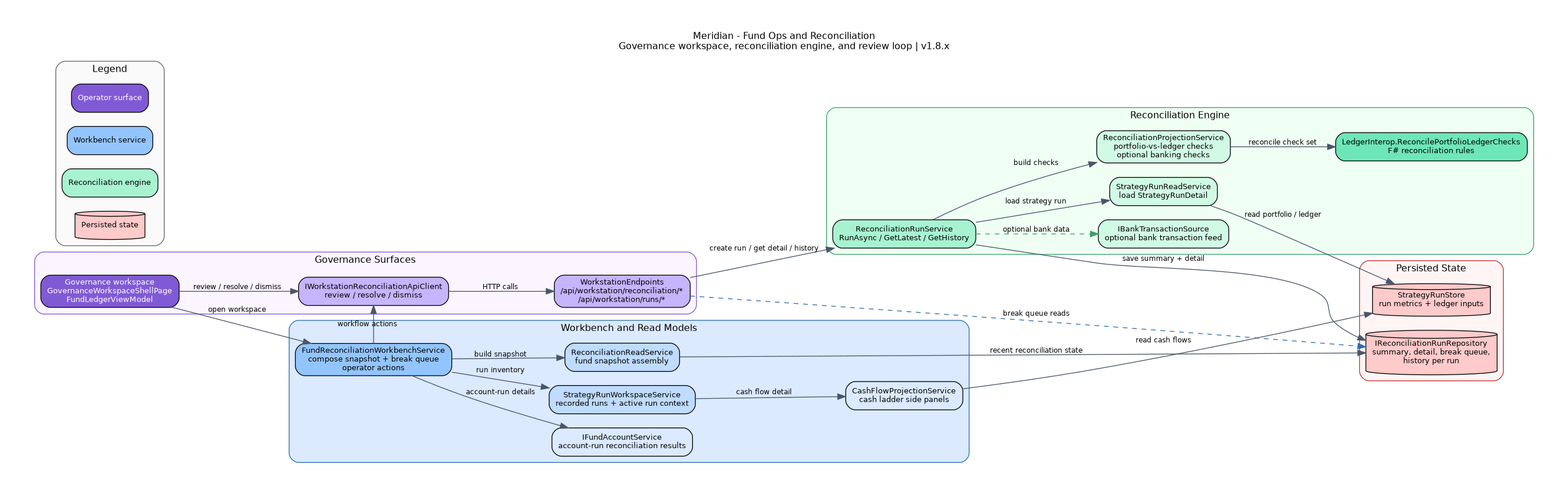
Above: docs/diagrams/workflows/operations/fund-ops-reconciliation.png in rodoHasArrived/Meridian-main (Graphviz), before the change. Its source is kept beside it as docs/diagrams/workflows/operations/fund-ops-reconciliation.dot. Source of this version:
```dot

digraph FundOpsReconciliation {
  rankdir=LR;
  graph [fontname="Helvetica", fontsize=12, bgcolor="white", compound=true, pad=0.5];
  node  [fontname="Helvetica", fontsize=10, shape=box, style="rounded,filled"];
  edge  [fontname="Helvetica", fontsize=9, color="#4a5568"];

  labelloc="t";
  label="Meridian - Fund Ops and Reconciliation\nGovernance workspace, reconciliation engine, and review loop | v1.8.x";

  subgraph cluster_surfaces {
    label="Governance Surfaces";
    color="#805ad5";
    style="rounded";
    bgcolor="#faf5ff";

    GOVERNANCE_UI [fillcolor="#805ad5", fontcolor="white",
                   label="Governance workspace\nGovernanceWorkspaceShellPage\nFundLedgerViewModel"];
    API_CLIENT [fillcolor="#c4b5fd",
                label="IWorkstationReconciliationApiClient\nreview / resolve / dismiss"];
    WORKSTATION_API [fillcolor="#c4b5fd",
                     label="WorkstationEndpoints\n/api/workstation/reconciliation/*\n/api/workstation/runs/*"];
  }

  subgraph cluster_workbench {
    label="Workbench and Read Models";
    color="#2b6cb0";
    style="rounded";
    bgcolor="#dbeafe";

    WORKBENCH [fillcolor="#93c5fd",
               label="FundReconciliationWorkbenchService\ncompose snapshot + break queue\noperator actions"];
    RUN_WORKSPACE [fillcolor="#bfdbfe",
                   label="StrategyRunWorkspaceService\nrecorded runs + active run context"];
    RECON_READ [fillcolor="#bfdbfe",
                label="ReconciliationReadService\nfund snapshot assembly"];
    FUND_ACCOUNT [fillcolor="#dbeafe",
                  label="IFundAccountService\naccount-run reconciliation results"];
    CASH_FLOW [fillcolor="#dbeafe",
               label="CashFlowProjectionService\ncash ladder side panels"];
  }

  subgraph cluster_engine {
    label="Reconciliation Engine";
    color="#38a169";
    style="rounded";
    bgcolor="#f0fff4";

    RUN_SERVICE [fillcolor="#a7f3d0",
                 label="ReconciliationRunService\nRunAsync / GetLatest / GetHistory"];
    RUN_READ [fillcolor="#d1fae5",
              label="StrategyRunReadService\nload StrategyRunDetail"];
    PROJECTION [fillcolor="#d1fae5",
                label="ReconciliationProjectionService\nportfolio-vs-ledger checks\noptional banking checks"];
    FSHARP_ENGINE [fillcolor="#6ee7b7",
                   label="LedgerInterop.ReconcilePortfolioLedgerChecks\nF# reconciliation rules"];
    BANK_SOURCE [fillcolor="#d1fae5",
                 label="IBankTransactionSource\noptional bank transaction feed"];
  }

  subgraph cluster_state {
    label="Persisted State";
    color="#c53030";
    style="rounded";
    bgcolor="#fff5f5";

    RUN_STORE [shape=cylinder, fillcolor="#fecaca",
               label="StrategyRunStore\nrun metrics + ledger inputs"];
    RECON_REPO [shape=cylinder, fillcolor="#fecaca",
                label="IReconciliationRunRepository\nsummary, detail, break queue,\nhistory per run"];
  }

  GOVERNANCE_UI -> WORKBENCH [label="open workspace"];
  GOVERNANCE_UI -> API_CLIENT [label="review / resolve / dismiss"];
  API_CLIENT -> WORKSTATION_API [label="HTTP calls"];

  WORKBENCH -> RECON_READ [label="build snapshot"];
  WORKBENCH -> FUND_ACCOUNT [label="account-run details"];
  WORKBENCH -> RUN_WORKSPACE [label="run inventory"];
  WORKBENCH -> API_CLIENT [label="workflow actions"];
  RUN_WORKSPACE -> CASH_FLOW [label="cash flow detail"];

  WORKSTATION_API -> RUN_SERVICE [label="create run / get detail / history"];
  WORKSTATION_API -> RECON_REPO [style=dashed, color="#2b6cb0",
                                 label="break queue reads"];

  RUN_SERVICE -> RUN_READ [label="load strategy run"];
  RUN_SERVICE -> PROJECTION [label="build checks"];
  RUN_SERVICE -> BANK_SOURCE [style=dashed, color="#38a169",
                              label="optional bank data"];
  PROJECTION -> FSHARP_ENGINE [label="reconcile check set"];
  RUN_SERVICE -> RECON_REPO [label="save summary + detail"];

  RUN_READ -> RUN_STORE [label="read portfolio / ledger"];
  CASH_FLOW -> RUN_STORE [label="read cash flows"];
  RECON_READ -> RECON_REPO [label="recent reconciliation state"];

  subgraph cluster_legend {
    label="Legend";
    style="rounded";
    color="#666666";
    bgcolor="#fafafa";

    LEG_UI [fillcolor="#805ad5", fontcolor="white", label="Operator surface"];
    LEG_APP [fillcolor="#93c5fd", label="Workbench service"];
    LEG_ENGINE [fillcolor="#a7f3d0", label="Reconciliation engine"];
    LEG_STORE [shape=cylinder, fillcolor="#fecaca", label="Persisted state"];
  }
}
```
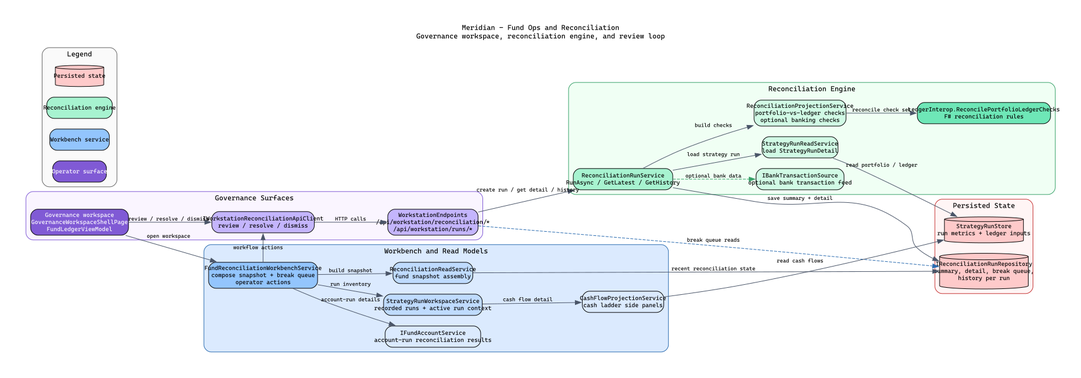
After the change.

Change to the diagram source:
```diff
@@ -6,7 +6,7 @@
   edge  [fontname="Helvetica", fontsize=9, color="#4a5568"];
 
   labelloc="t";
-  label="Meridian - Fund Ops and Reconciliation\nGovernance workspace, reconciliation engine, and review loop | v1.8.x";
+  label="Meridian - Fund Ops and Reconciliation\nGovernance workspace, reconciliation engine, and review loop";
 
   subgraph cluster_surfaces {
     label="Governance Surfaces";
```
